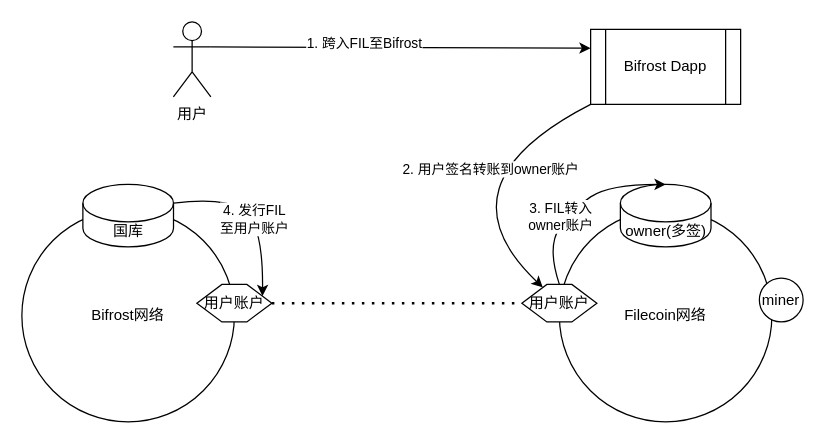
This is vfil.drawio from herryho/flowchars, a draw.io file, before an edit. Source tidied: cells renumbered, new cells numbered last; positions are measured from the earlier drawing's top-left corner, leaving out a move shared by most shapes. Both pictures are drawn from the tidied source at 125%, with x=0, y=0 at pixel (21, 21).
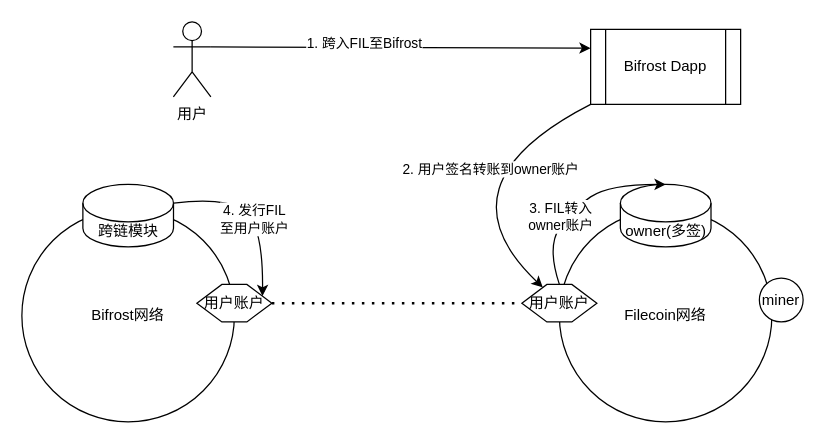
The same diagram, later.

Change to the diagram source:
```diff
@@
-    <mxCell id="11" value="国库" style="shape=cylinder3;whiteSpace=wrap;html=1;boundedLbl=1;backgroundOutline=1;size=15;" parent="1" vertex="1">
+    <mxCell id="11" value="跨链模块" style="shape=cylinder3;whiteSpace=wrap;html=1;boundedLbl=1;backgroundOutline=1;size=15;" parent="1" vertex="1">
       <mxGeometry x="48.8" y="130" width="72.5" height="50" as="geometry" />
     </mxCell>
```
